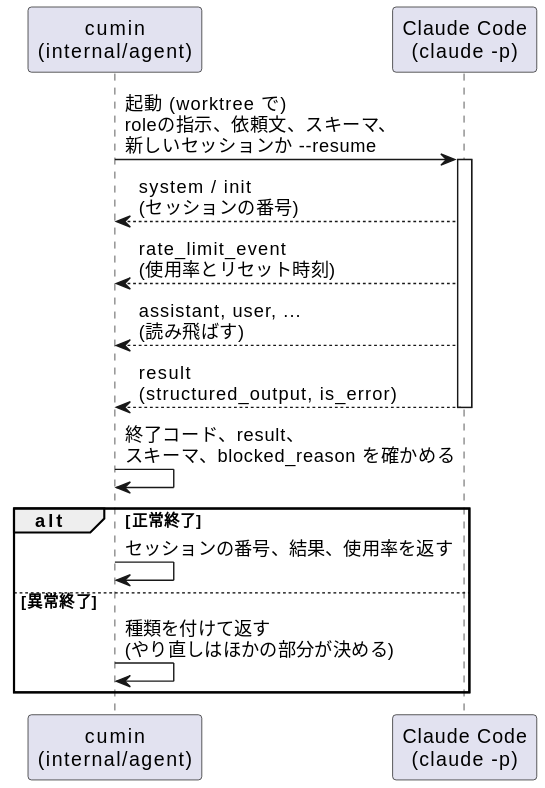
Before: docs/ja/designs/agent-run.svg, a diagram exported from PlantUML (cloveclovedev/cumin-works).
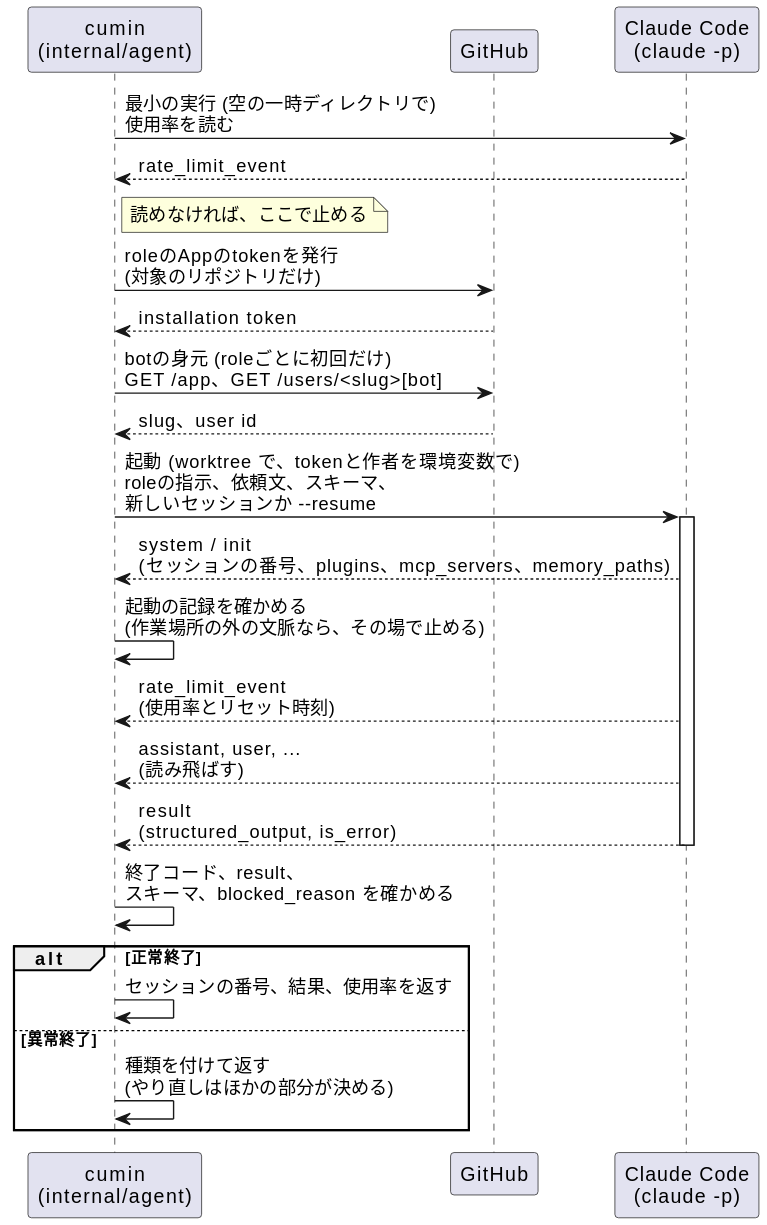
The same file after the commit.

Commit message:
feat(agent): start an agent for one request: read the quota, create the role token, then run

What changed in the source:
```diff
@@ -3,11 +3,22 @@
 skinparam defaultFontName sans-serif
 
 participant "cumin\n(internal/agent)" as cumin
+participant "GitHub" as github
 participant "Claude Code\n(claude -p)" as claude
 
-cumin -> claude : 起動 (worktree で)\nroleの指示、依頼文、スキーマ、\n新しいセッションか --resume
+cumin -> claude : 最小の実行 (空の一時ディレクトリで)\n使用率を読む
+claude --> cumin : rate_limit_event
+note right of cumin : 読めなければ、ここで止める
+
+cumin -> github : roleのAppのtokenを発行\n(対象のリポジトリだけ)
+github --> cumin : installation token
+cumin -> github : botの身元 (roleごとに初回だけ)\nGET /app、GET /users/<slug>[bot]
+github --> cumin : slug、user id
+
+cumin -> claude : 起動 (worktree で、tokenと作者を環境変数で)\nroleの指示、依頼文、スキーマ、\n新しいセッションか --resume
 activate claude
-claude --> cumin : system / init\n(セッションの番号)
+claude --> cumin : system / init\n(セッションの番号、plugins、mcp_servers、memory_paths)
+cumin -> cumin : 起動の記録を確かめる\n(作業場所の外の文脈なら、その場で止める)
 claude --> cumin : rate_limit_event\n(使用率とリセット時刻)
 claude --> cumin : assistant, user, ...\n(読み飛ばす)
 claude --> cumin : result\n(structured_output, is_error)
```
